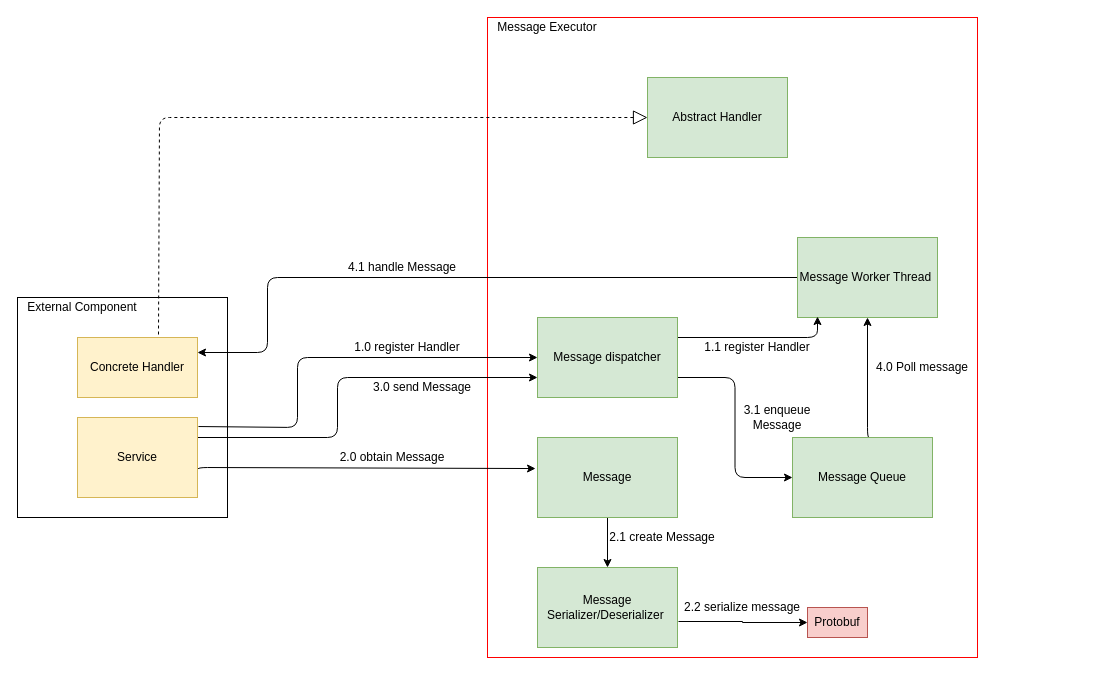
The draw.io diagram page "message_executor_dynamic" (4 of 4) of doc/SA cert/Design/executor.drawio in taikt/codefun, before the edit. Source tidied: cells renumbered, new cells numbered last; positions are measured from the earlier drawing's top-left corner, leaving out a move shared by most shapes. Both pictures are drawn from the tidied source at 100%, with x=0, y=0 at pixel (17, 17).
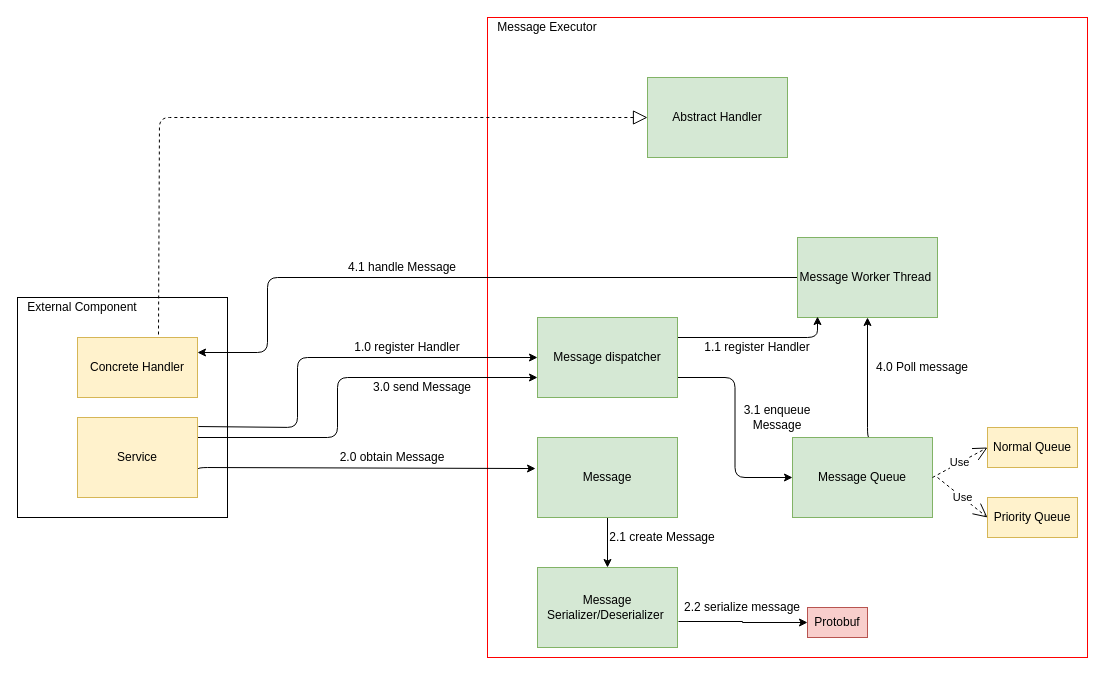
After the change.

The change refers to these unchanged cells:
```xml
<mxCell id="6" value="Message Queue" style="rounded=0;whiteSpace=wrap;html=1;strokeColor=#82b366;fillColor=#d5e8d4;" parent="1" vertex="1">
  <mxGeometry x="775" y="420" width="140" height="80" as="geometry" />
</mxCell>
```

Diff of the diagram source:
```diff
@@
     <mxCell id="2" style="rounded=0;whiteSpace=wrap;html=1;strokeColor=#FF0000;fillColor=none;" parent="1" vertex="1">
-      <mxGeometry x="470" width="490" height="640" as="geometry" />
+      <mxGeometry x="470" width="600" height="640" as="geometry" />
     </mxCell>
@@
+    <mxCell id="34" value="Normal Queue" style="rounded=0;whiteSpace=wrap;html=1;strokeColor=#d6b656;fillColor=#fff2cc;" parent="1" vertex="1">
+      <mxGeometry x="970" y="410" width="90" height="40" as="geometry" />
+    </mxCell>
+    <mxCell id="35" value="Priority Queue" style="rounded=0;whiteSpace=wrap;html=1;strokeColor=#d6b656;fillColor=#fff2cc;" parent="1" vertex="1">
+      <mxGeometry x="970" y="480" width="90" height="40" as="geometry" />
+    </mxCell>
+    <mxCell id="36" value="Use" style="endArrow=open;endSize=12;dashed=1;html=1;exitX=1;exitY=0.5;exitDx=0;exitDy=0;entryX=0;entryY=0.5;entryDx=0;entryDy=0;" parent="1" edge="1" source="6" target="34">
+      <mxGeometry relative="1" as="geometry" />
+    </mxCell>
+    <mxCell id="37" value="Use" style="endArrow=open;endSize=12;dashed=1;html=1;entryX=0;entryY=0.5;entryDx=0;entryDy=0;" parent="1" edge="1" target="35">
+      <mxGeometry relative="1" as="geometry">
+        <mxPoint x="920" y="460" as="sourcePoint" />
+      </mxGeometry>
+    </mxCell>
```
